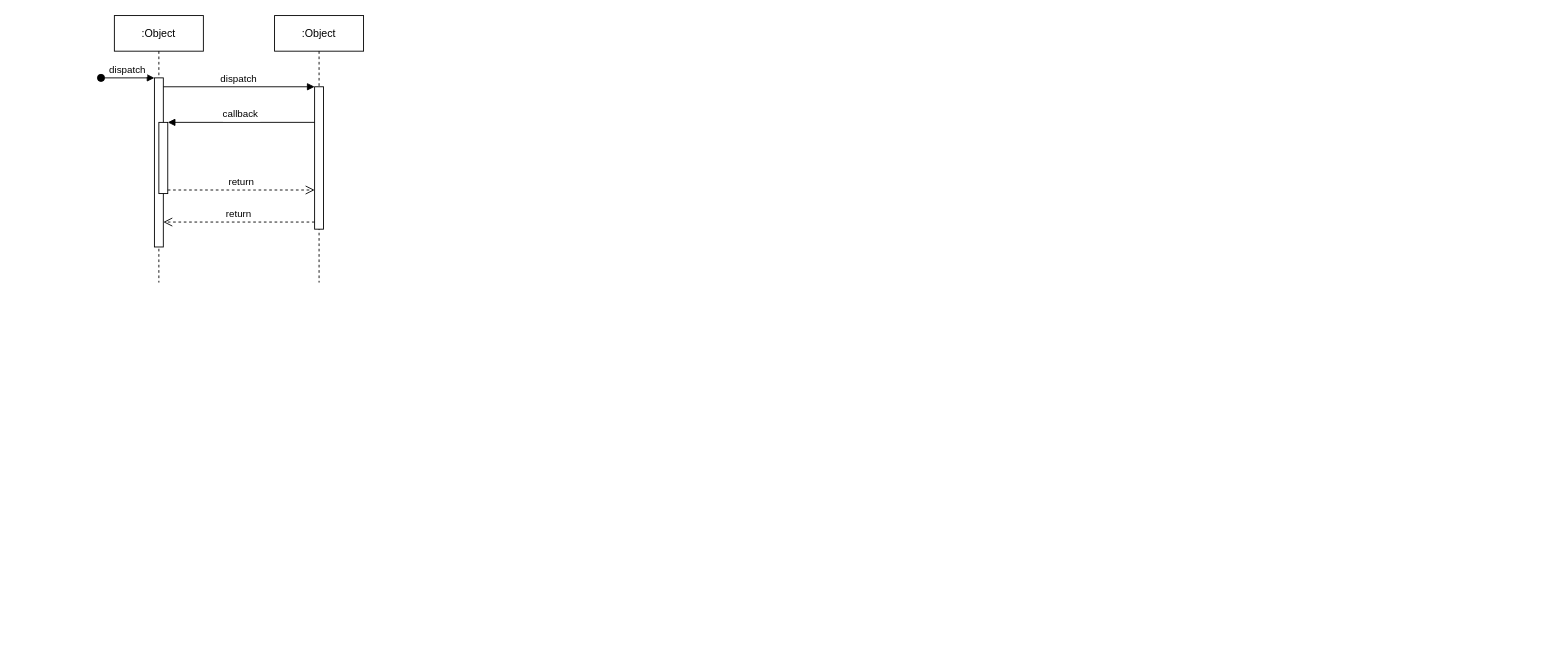
FajarFE/Project-abal-abal keeps this draw.io diagram as Diagram Tanpa Judul.drawio. Above is the earlier version. Source tidied: cells renumbered, new cells numbered last; positions are measured from the earlier drawing's top-left corner, leaving out a move shared by most shapes. Both pictures are drawn from the tidied source at 89%, with x=0, y=0 at pixel (101, 15).
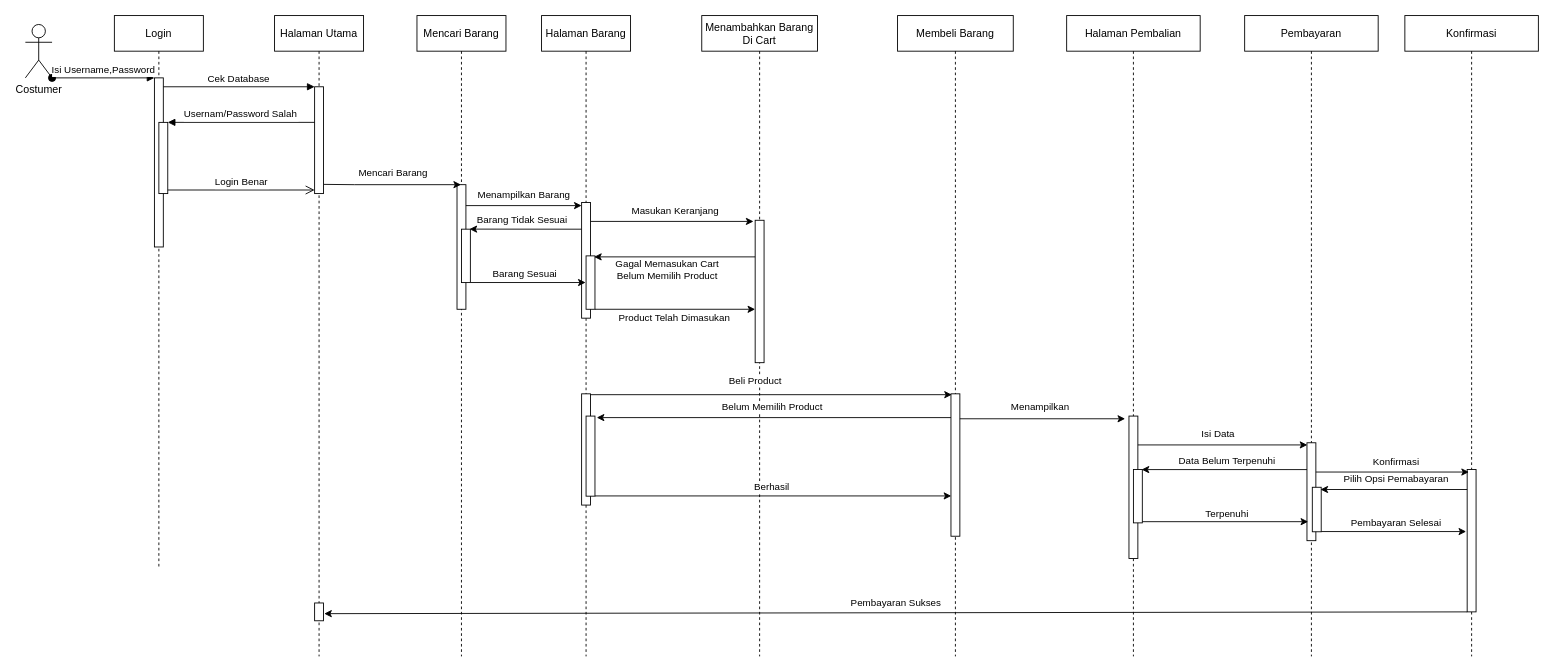
The same page after the edit.

Unchanged cells that the change refers to:
```xml
<mxCell id="3" style="points=[];perimeter=orthogonalPerimeter;rounded=0;shadow=0;strokeWidth=1;" parent="2" vertex="1">
  <mxGeometry x="45" y="70" width="10" height="190" as="geometry" />
</mxCell>
<mxCell id="5" style="points=[];perimeter=orthogonalPerimeter;rounded=0;shadow=0;strokeWidth=1;" parent="2" vertex="1">
  <mxGeometry x="50" y="120" width="10" height="80" as="geometry" />
</mxCell>
```

The edit, as a diff of the source:
```diff
@@
-    <mxCell id="2" value=":Object" style="shape=umlLifeline;perimeter=lifelinePerimeter;rounded=0;shadow=0;strokeWidth=1;" parent="1" vertex="1">
-      <mxGeometry x="15" width="100" height="300" as="geometry" />
+    <mxCell id="2" value="Login" style="shape=umlLifeline;perimeter=lifelinePerimeter;rounded=0;shadow=0;strokeWidth=1;" parent="1" vertex="1">
+      <mxGeometry x="15" width="100" height="620" as="geometry" />
     </mxCell>
@@
-    <mxCell id="4" value="dispatch" style="verticalAlign=bottom;startArrow=oval;endArrow=block;startSize=8;shadow=0;strokeWidth=1;" parent="2" edge="1" target="3">
-      <mxGeometry relative="1" as="geometry">
-        <mxPoint x="-15" y="70" as="sourcePoint" />
-      </mxGeometry>
-    </mxCell>
@@
-    <mxCell id="6" value=":Object" style="shape=umlLifeline;perimeter=lifelinePerimeter;rounded=0;shadow=0;strokeWidth=1;" parent="1" vertex="1">
-      <mxGeometry x="195" width="100" height="300" as="geometry" />
+    <mxCell id="6" value="Halaman Utama" style="shape=umlLifeline;perimeter=lifelinePerimeter;rounded=0;shadow=0;strokeWidth=1;" parent="1" vertex="1">
+      <mxGeometry x="195" width="100" height="720" as="geometry" />
     </mxCell>
     <mxCell id="7" style="points=[];perimeter=orthogonalPerimeter;rounded=0;shadow=0;strokeWidth=1;" parent="6" vertex="1">
-      <mxGeometry x="45" y="80" width="10" height="160" as="geometry" />
+      <mxGeometry x="45" y="80" width="10" height="120" as="geometry" />
     </mxCell>
-    <mxCell id="8" value="return" style="verticalAlign=bottom;endArrow=open;dashed=1;endSize=8;exitX=0;exitY=0.95;shadow=0;strokeWidth=1;" parent="1" edge="1" source="7" target="3">
-      <mxGeometry relative="1" as="geometry" />
-    </mxCell>
-    <mxCell id="9" value="dispatch" style="verticalAlign=bottom;endArrow=block;entryX=0;entryY=0;shadow=0;strokeWidth=1;" parent="1" edge="1" source="3" target="7">
+    <mxCell id="9" value="Cek Database" style="verticalAlign=bottom;endArrow=block;entryX=0;entryY=0;shadow=0;strokeWidth=1;" parent="1" edge="1" source="3" target="7">
       <mxGeometry relative="1" as="geometry" />
     </mxCell>
-    <mxCell id="10" value="callback" style="verticalAlign=bottom;endArrow=block;entryX=1;entryY=0;shadow=0;strokeWidth=1;" parent="1" edge="1" source="7" target="5">
+    <mxCell id="10" value="Usernam/Password Salah" style="verticalAlign=bottom;endArrow=block;entryX=1;entryY=0;shadow=0;strokeWidth=1;" parent="1" edge="1" source="7" target="5">
       <mxGeometry relative="1" as="geometry" />
     </mxCell>
-    <mxCell id="11" value="return" style="verticalAlign=bottom;endArrow=open;dashed=1;endSize=8;exitX=1;exitY=0.95;shadow=0;strokeWidth=1;" parent="1" edge="1" source="5" target="7">
+    <mxCell id="11" value="Login Benar" style="verticalAlign=bottom;endArrow=open;endSize=8;exitX=1;exitY=0.95;shadow=0;strokeWidth=1;" parent="1" edge="1" source="5" target="7">
       <mxGeometry relative="1" as="geometry" />
     </mxCell>
+    <mxCell id="12" value="Costumer" style="shape=umlActor;verticalLabelPosition=bottom;verticalAlign=top;html=1;outlineConnect=0;" parent="1" vertex="1">
+      <mxGeometry x="-85" y="10" width="30" height="60" as="geometry" />
+    </mxCell>
+    <mxCell id="4" value="Isi Username,Password" style="verticalAlign=bottom;startArrow=oval;endArrow=block;startSize=8;shadow=0;strokeWidth=1;exitX=1;exitY=1;exitDx=0;exitDy=0;exitPerimeter=0;" parent="1" edge="1" source="12" target="3">
+      <mxGeometry relative="1" as="geometry" />
+    </mxCell>
+    <mxCell id="13" value="Mencari Barang" style="shape=umlLifeline;perimeter=lifelinePerimeter;rounded=0;shadow=0;strokeWidth=1;" parent="1" vertex="1">
+      <mxGeometry x="355" width="100" height="720" as="geometry" />
+    </mxCell>
+    <mxCell id="14" style="points=[];perimeter=orthogonalPerimeter;rounded=0;shadow=0;strokeWidth=1;" parent="13" vertex="1">
+      <mxGeometry x="45" y="190" width="10" height="140" as="geometry" />
+    </mxCell>
+    <mxCell id="15" style="points=[];perimeter=orthogonalPerimeter;rounded=0;shadow=0;strokeWidth=1;" parent="13" vertex="1">
+      <mxGeometry x="50" y="240" width="10" height="60" as="geometry" />
+    </mxCell>
+    <mxCell id="16" value="Menambahkan Barang&#10;Di Cart" style="shape=umlLifeline;perimeter=lifelinePerimeter;rounded=0;shadow=0;strokeWidth=1;" parent="1" vertex="1">
+      <mxGeometry x="675" width="130" height="720" as="geometry" />
+    </mxCell>
+    <mxCell id="17" style="points=[];perimeter=orthogonalPerimeter;rounded=0;shadow=0;strokeWidth=1;" parent="16" vertex="1">
+      <mxGeometry x="60" y="230" width="10" height="160" as="geometry" />
+    </mxCell>
+    <mxCell id="18" value="Membeli Barang" style="shape=umlLifeline;perimeter=lifelinePerimeter;rounded=0;shadow=0;strokeWidth=1;" parent="1" vertex="1">
+      <mxGeometry x="895" width="130" height="720" as="geometry" />
+    </mxCell>
+    <mxCell id="19" style="points=[];perimeter=orthogonalPerimeter;rounded=0;shadow=0;strokeWidth=1;" parent="18" vertex="1">
+      <mxGeometry x="60" y="425" width="10" height="160" as="geometry" />
+    </mxCell>
+    <mxCell id="20" value="Halaman Pembalian" style="shape=umlLifeline;perimeter=lifelinePerimeter;rounded=0;shadow=0;strokeWidth=1;" parent="1" vertex="1">
+      <mxGeometry x="1085" width="150" height="720" as="geometry" />
+    </mxCell>
+    <mxCell id="21" style="points=[];perimeter=orthogonalPerimeter;rounded=0;shadow=0;strokeWidth=1;" parent="20" vertex="1">
+      <mxGeometry x="70" y="450" width="10" height="160" as="geometry" />
+    </mxCell>
+    <mxCell id="22" style="points=[];perimeter=orthogonalPerimeter;rounded=0;shadow=0;strokeWidth=1;" parent="20" vertex="1">
+      <mxGeometry x="75" y="510" width="10" height="60" as="geometry" />
+    </mxCell>
+    <mxCell id="23" value="Mencari Barang" style="endArrow=classic;html=1;rounded=0;startArrow=none;startFill=0;exitX=1.048;exitY=0.914;exitDx=0;exitDy=0;exitPerimeter=0;" parent="1" edge="1" source="7" target="13">
+      <mxGeometry x="0.01" y="13" relative="1" as="geometry">
+        <Array as="points">
+          <mxPoint x="285" y="190" />
+        </Array>
+      </mxGeometry>
+    </mxCell>
+    <mxCell id="24" value="Halaman Barang" style="shape=umlLifeline;perimeter=lifelinePerimeter;rounded=0;shadow=0;strokeWidth=1;" parent="1" vertex="1">
+      <mxGeometry x="495" width="100" height="720" as="geometry" />
+    </mxCell>
+    <mxCell id="25" style="points=[];perimeter=orthogonalPerimeter;rounded=0;shadow=0;strokeWidth=1;" parent="24" vertex="1">
+      <mxGeometry x="45" y="210" width="10" height="130" as="geometry" />
+    </mxCell>
+    <mxCell id="26" style="points=[];perimeter=orthogonalPerimeter;rounded=0;shadow=0;strokeWidth=1;" parent="24" vertex="1">
+      <mxGeometry x="50" y="270" width="10" height="60" as="geometry" />
+    </mxCell>
+    <mxCell id="27" style="points=[];perimeter=orthogonalPerimeter;rounded=0;shadow=0;strokeWidth=1;" parent="24" vertex="1">
+      <mxGeometry x="45" y="425" width="10" height="125" as="geometry" />
+    </mxCell>
+    <mxCell id="28" style="points=[];perimeter=orthogonalPerimeter;rounded=0;shadow=0;strokeWidth=1;" parent="24" vertex="1">
+      <mxGeometry x="50" y="450" width="10" height="90" as="geometry" />
+    </mxCell>
+    <mxCell id="29" value="Menampilkan Barang" style="endArrow=classic;html=1;rounded=0;entryX=0;entryY=0.027;entryDx=0;entryDy=0;entryPerimeter=0;" parent="1" edge="1" source="14" target="25">
+      <mxGeometry y="13" relative="1" as="geometry" />
+    </mxCell>
+    <mxCell id="30" value="Barang Tidak Sesuai" style="endArrow=classic;html=1;rounded=0;entryX=0.906;entryY=-0.001;entryDx=0;entryDy=0;entryPerimeter=0;exitX=0;exitY=0.231;exitDx=0;exitDy=0;exitPerimeter=0;" parent="1" edge="1" source="25" target="15">
+      <mxGeometry x="0.06" y="-10" relative="1" as="geometry" />
+    </mxCell>
+    <mxCell id="31" value="Barang Sesuai" style="endArrow=classic;html=1;rounded=0;exitX=1.025;exitY=0.999;exitDx=0;exitDy=0;exitPerimeter=0;" parent="1" edge="1" source="15" target="24">
+      <mxGeometry x="-0.05" y="10" relative="1" as="geometry" />
+    </mxCell>
+    <mxCell id="32" value="Masukan Keranjang" style="endArrow=classic;html=1;rounded=0;entryX=-0.189;entryY=0.008;entryDx=0;entryDy=0;entryPerimeter=0;" parent="1" edge="1" source="25" target="17">
+      <mxGeometry x="0.04" y="11" relative="1" as="geometry" />
+    </mxCell>
+    <mxCell id="33" style="edgeStyle=none;rounded=0;jettySize=auto;html=1;entryX=0.9;entryY=0.019;entryDx=0;entryDy=0;entryPerimeter=0;startArrow=none;startFill=0;" parent="1" edge="1" source="17" target="26">
+      <mxGeometry relative="1" as="geometry" />
+    </mxCell>
+    <mxCell id="34" value="Gagal Memasukan Cart&lt;br&gt;Belum Memilih Product" style="edgeLabel;html=1;align=center;verticalAlign=middle;" parent="33" vertex="1">
+      <mxGeometry x="0.13" relative="1" as="geometry">
+        <mxPoint x="2" y="14" as="offset" />
+      </mxGeometry>
+    </mxCell>
+    <mxCell id="35" value="Product Telah Dimasukan" style="edgeStyle=none;rounded=0;jettySize=auto;html=1;startArrow=none;startFill=0;" parent="1" edge="1" source="26">
+      <mxGeometry y="-10" relative="1" as="geometry">
+        <mxPoint x="735" y="330" as="targetPoint" />
+        <mxPoint x="-1" as="offset" />
+      </mxGeometry>
+    </mxCell>
+    <mxCell id="36" value="Beli Product" style="edgeStyle=none;rounded=0;jettySize=auto;html=1;entryX=0.1;entryY=0.006;entryDx=0;entryDy=0;entryPerimeter=0;startArrow=none;startFill=0;" parent="1" edge="1" source="27" target="19">
+      <mxGeometry x="-0.09" y="16" relative="1" as="geometry" />
+    </mxCell>
+    <mxCell id="37" value="Belum Memilih Product" style="edgeStyle=none;rounded=0;jettySize=auto;html=1;entryX=1.2;entryY=0.019;entryDx=0;entryDy=0;entryPerimeter=0;startArrow=none;startFill=0;" parent="1" edge="1" source="19" target="28">
+      <mxGeometry x="0.01" y="-12" relative="1" as="geometry" />
+    </mxCell>
+    <mxCell id="38" value="Berhasil&amp;nbsp;" style="edgeStyle=none;rounded=0;jettySize=auto;html=1;entryX=0.033;entryY=0.717;entryDx=0;entryDy=0;entryPerimeter=0;startArrow=none;startFill=0;" parent="1" edge="1" source="28" target="19">
+      <mxGeometry y="10" relative="1" as="geometry" />
+    </mxCell>
+    <mxCell id="39" value="Menampilkan" style="edgeStyle=none;rounded=0;jettySize=auto;html=1;entryX=-0.429;entryY=0.019;entryDx=0;entryDy=0;entryPerimeter=0;startArrow=none;startFill=0;" parent="1" edge="1" source="19" target="21">
+      <mxGeometry x="-0.03" y="13" relative="1" as="geometry" />
+    </mxCell>
+    <mxCell id="40" value="Pembayaran" style="shape=umlLifeline;perimeter=lifelinePerimeter;rounded=0;shadow=0;strokeWidth=1;" parent="1" vertex="1">
+      <mxGeometry x="1285" width="150" height="720" as="geometry" />
+    </mxCell>
+    <mxCell id="41" style="points=[];perimeter=orthogonalPerimeter;rounded=0;shadow=0;strokeWidth=1;" parent="40" vertex="1">
+      <mxGeometry x="70" y="480" width="10" height="110" as="geometry" />
+    </mxCell>
+    <mxCell id="42" style="points=[];perimeter=orthogonalPerimeter;rounded=0;shadow=0;strokeWidth=1;" parent="40" vertex="1">
+      <mxGeometry x="76" y="530" width="10" height="50" as="geometry" />
+    </mxCell>
+    <mxCell id="43" value="Isi Data" style="edgeStyle=none;rounded=0;jettySize=auto;html=1;entryX=0.041;entryY=0.022;entryDx=0;entryDy=0;entryPerimeter=0;startArrow=none;startFill=0;" parent="1" edge="1" source="21" target="41">
+      <mxGeometry x="-0.05" y="12" relative="1" as="geometry" />
+    </mxCell>
+    <mxCell id="44" value="Data Belum Terpenuhi" style="edgeStyle=none;rounded=0;jettySize=auto;html=1;entryX=0.924;entryY=0.002;entryDx=0;entryDy=0;entryPerimeter=0;startArrow=none;startFill=0;" parent="1" edge="1" source="41" target="22">
+      <mxGeometry x="-0.03" y="-10" relative="1" as="geometry" />
+    </mxCell>
+    <mxCell id="45" value="Terpenuhi" style="edgeStyle=none;rounded=0;jettySize=auto;html=1;entryX=0.138;entryY=0.806;entryDx=0;entryDy=0;entryPerimeter=0;startArrow=none;startFill=0;" parent="1" edge="1" source="22" target="41">
+      <mxGeometry x="0.02" y="9" relative="1" as="geometry" />
+    </mxCell>
+    <mxCell id="46" value="Konfirmasi" style="shape=umlLifeline;perimeter=lifelinePerimeter;rounded=0;shadow=0;strokeWidth=1;" parent="1" vertex="1">
+      <mxGeometry x="1465" width="150" height="720" as="geometry" />
+    </mxCell>
+    <mxCell id="47" style="points=[];perimeter=orthogonalPerimeter;rounded=0;shadow=0;strokeWidth=1;" parent="46" vertex="1">
+      <mxGeometry x="70" y="510" width="10" height="160" as="geometry" />
+    </mxCell>
+    <mxCell id="48" value="Konfirmasi" style="edgeStyle=none;rounded=0;jettySize=auto;html=1;entryX=0.2;entryY=0.018;entryDx=0;entryDy=0;entryPerimeter=0;startArrow=none;startFill=0;" parent="1" edge="1" source="41" target="47">
+      <mxGeometry x="0.05" y="12" relative="1" as="geometry" />
+    </mxCell>
+    <mxCell id="49" value="Pilih Opsi Pemabayaran" style="edgeStyle=none;rounded=0;jettySize=auto;html=1;entryX=0.919;entryY=0.05;entryDx=0;entryDy=0;entryPerimeter=0;startArrow=none;startFill=0;" parent="1" edge="1" source="47" target="42">
+      <mxGeometry x="-0.03" y="-12" relative="1" as="geometry" />
+    </mxCell>
+    <mxCell id="50" value="Pembayaran Selesai" style="edgeStyle=none;rounded=0;jettySize=auto;html=1;entryX=-0.114;entryY=0.436;entryDx=0;entryDy=0;entryPerimeter=0;startArrow=none;startFill=0;" parent="1" edge="1" source="42" target="47">
+      <mxGeometry x="0.03" y="10" relative="1" as="geometry" />
+    </mxCell>
+    <mxCell id="51" style="edgeStyle=none;rounded=0;jettySize=auto;html=1;entryX=0.5;entryY=0.931;entryDx=0;entryDy=0;entryPerimeter=0;startArrow=none;startFill=0;" parent="1" edge="1" source="52" target="6">
+      <mxGeometry relative="1" as="geometry" />
+    </mxCell>
+    <mxCell id="52" style="points=[];perimeter=orthogonalPerimeter;rounded=0;shadow=0;strokeWidth=1;" parent="1" vertex="1">
+      <mxGeometry x="240" y="660" width="10" height="20" as="geometry" />
+    </mxCell>
+    <mxCell id="53" value="Pembayaran Sukses" style="edgeStyle=none;rounded=0;jettySize=auto;html=1;entryX=1.078;entryY=0.6;entryDx=0;entryDy=0;entryPerimeter=0;startArrow=none;startFill=0;" parent="1" edge="1" source="47" target="52">
+      <mxGeometry y="-11" relative="1" as="geometry" />
+    </mxCell>
```
